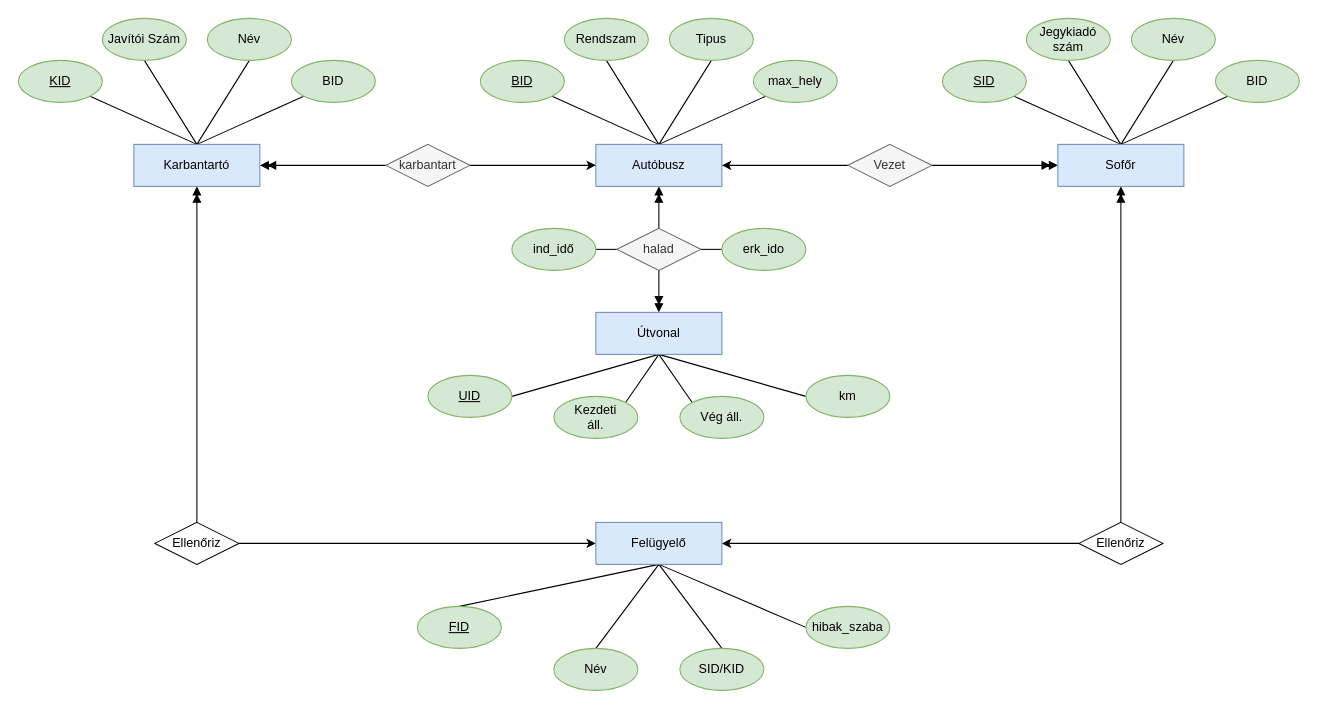
Earlier version of the draw.io diagram DBSemTaskHR6121/ERHR6121.drawio (HonDaniel/HR6121_DB1Gyak). Source tidied: cells renumbered, new cells numbered last; positions are measured from the earlier drawing's top-left corner, leaving out a move shared by most shapes. Both pictures are drawn from the tidied source at 105%, with x=0, y=0 at pixel (18, 18).
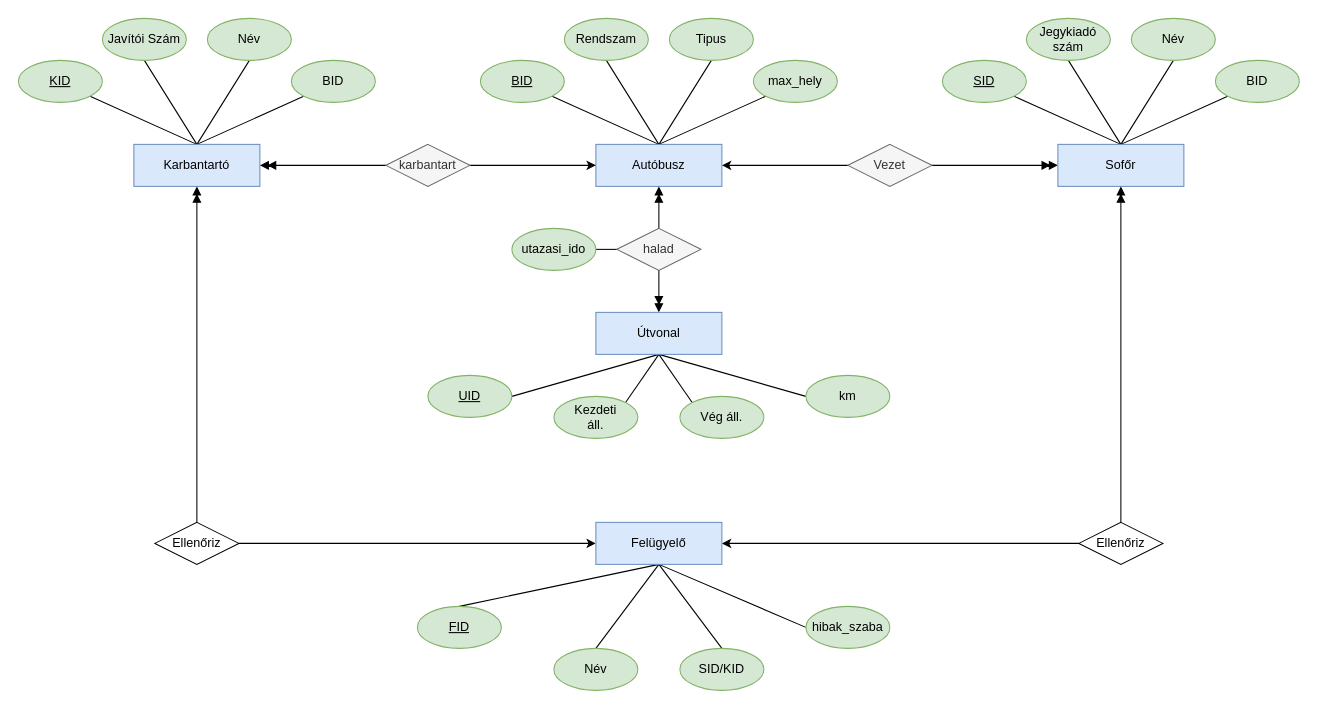
The same page after the edit.

The change refers to these unchanged cells:
```xml
<mxCell id="39" value="halad" style="rhombus;whiteSpace=wrap;html=1;fillColor=#f5f5f5;fontColor=#333333;strokeColor=#666666;" parent="1" vertex="1">
  <mxGeometry x="570" y="200" width="80" height="40" as="geometry" />
</mxCell>
```

The edit, as a diff of the source:
```diff
@@
-    <mxCell id="38" style="edgeStyle=orthogonalEdgeStyle;rounded=0;jettySize=auto;html=1;exitX=1;exitY=0.5;exitDx=0;exitDy=0;entryX=0;entryY=0.5;entryDx=0;entryDy=0;endArrow=none;endFill=0;" parent="1" edge="1" source="39" target="64">
-      <mxGeometry relative="1" as="geometry" />
-    </mxCell>
@@
-    <mxCell id="63" value="ind_idő" style="ellipse;whiteSpace=wrap;html=1;fillColor=#d5e8d4;strokeColor=#82b366;" parent="1" vertex="1">
+    <mxCell id="63" value="utazasi_ido" style="ellipse;whiteSpace=wrap;html=1;fillColor=#d5e8d4;strokeColor=#82b366;" parent="1" vertex="1">
       <mxGeometry x="470" y="200" width="80" height="40" as="geometry" />
     </mxCell>
-    <mxCell id="64" value="erk_ido" style="ellipse;whiteSpace=wrap;html=1;fillColor=#d5e8d4;strokeColor=#82b366;" parent="1" vertex="1">
-      <mxGeometry x="670" y="200" width="80" height="40" as="geometry" />
-    </mxCell>
```
